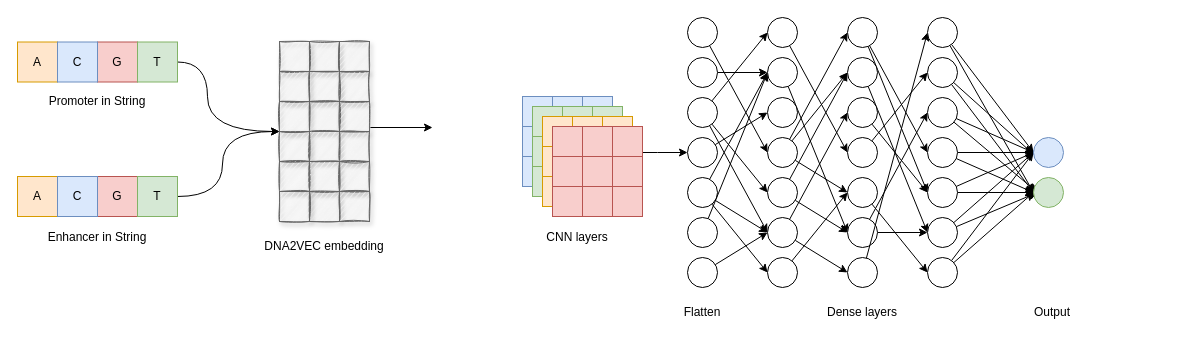
The draw.io diagram embedding_cnn_one_branch.drawio in NaiveTom/draw.io, before the edit. Source tidied: cells renumbered, new cells numbered last; positions are measured from the earlier drawing's top-left corner, leaving out a move shared by most shapes. Both pictures are drawn from the tidied source at 100%, with x=0, y=0 at pixel (17, 17).
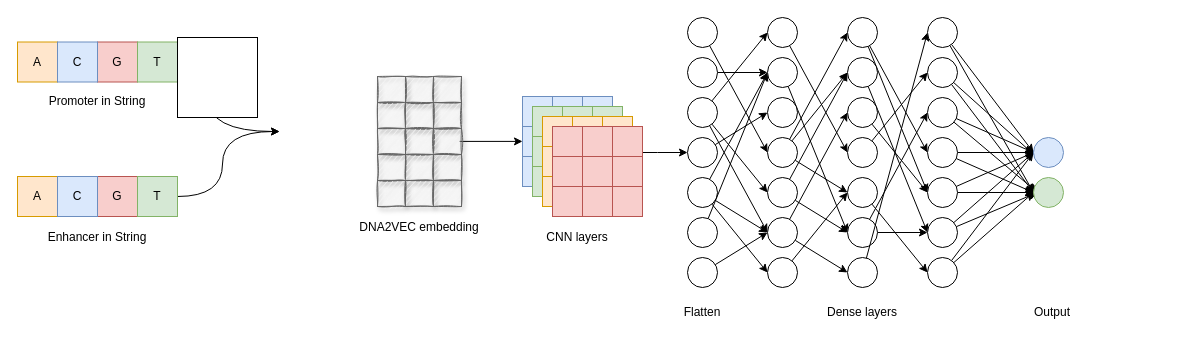
After the change.

The change refers to these unchanged cells:
```xml
<mxCell id="6" style="rounded=0;whiteSpace=wrap;html=1;fillColor=#d5e8d4;strokeColor=#82b366;" parent="1" vertex="1">
  <mxGeometry x="120" y="24.5" width="40" height="40" as="geometry" />
</mxCell>
<mxCell id="116" value="T" style="text;html=1;strokeColor=none;fillColor=none;align=center;verticalAlign=middle;whiteSpace=wrap;rounded=0;" parent="1" vertex="1">
  <mxGeometry x="120" y="169" width="40" height="20" as="geometry" />
</mxCell>
```

Diff of the diagram source:
```diff
@@
-    <mxCell id="2" style="edgeStyle=orthogonalEdgeStyle;curved=1;rounded=0;jettySize=auto;html=1;entryX=0;entryY=0;entryDx=0;entryDy=0;exitX=1;exitY=0.5;exitDx=0;exitDy=0;" parent="1" edge="1" source="6" target="100">
+    <mxCell id="2" style="edgeStyle=orthogonalEdgeStyle;curved=1;rounded=0;jettySize=auto;html=1;entryX=0;entryY=0;entryDx=0;entryDy=0;exitX=1;exitY=0.5;exitDx=0;exitDy=0;" parent="1" edge="1" source="6">
       <mxGeometry relative="1" as="geometry">
+        <mxPoint x="262" y="114" as="targetPoint" />
         <Array as="points">
           <mxPoint x="190" y="45" />
           <mxPoint x="190" y="114" />
         </Array>
       </mxGeometry>
     </mxCell>
@@
-    <mxCell id="7" style="edgeStyle=orthogonalEdgeStyle;curved=1;rounded=0;jettySize=auto;html=1;entryX=0;entryY=0;entryDx=0;entryDy=0;exitX=1;exitY=0.5;exitDx=0;exitDy=0;" parent="1" edge="1" source="116" target="100">
+    <mxCell id="7" style="edgeStyle=orthogonalEdgeStyle;curved=1;rounded=0;jettySize=auto;html=1;entryX=0;entryY=0;entryDx=0;entryDy=0;exitX=1;exitY=0.5;exitDx=0;exitDy=0;" parent="1" edge="1" source="116">
       <mxGeometry relative="1" as="geometry">
+        <mxPoint x="262" y="114" as="targetPoint" />
         <Array as="points">
           <mxPoint x="205" y="179" />
           <mxPoint x="205" y="114" />
         </Array>
       </mxGeometry>
     </mxCell>
@@
-    <mxCell id="89" style="rounded=0;whiteSpace=wrap;html=1;shadow=1;glass=0;sketch=1;fillColor=#f5f5f5;strokeColor=#666666;fontColor=#333333;" parent="1" vertex="1">
-      <mxGeometry x="292" y="24" width="30" height="30" as="geometry" />
-    </mxCell>
     <mxCell id="90" style="rounded=0;whiteSpace=wrap;html=1;shadow=1;glass=0;sketch=1;fillColor=#f5f5f5;strokeColor=#666666;fontColor=#333333;" parent="1" vertex="1">
-      <mxGeometry x="262" y="24" width="30" height="30" as="geometry" />
+      <mxGeometry x="360" y="59" width="28" height="26" as="geometry" />
     </mxCell>
-    <mxCell id="91" style="rounded=0;whiteSpace=wrap;html=1;shadow=1;glass=0;sketch=1;fillColor=#f5f5f5;strokeColor=#666666;fontColor=#333333;" parent="1" vertex="1">
-      <mxGeometry x="322" y="24" width="30" height="30" as="geometry" />
-    </mxCell>
-    <mxCell id="92" style="rounded=0;whiteSpace=wrap;html=1;shadow=1;glass=0;sketch=1;fillColor=#f5f5f5;strokeColor=#666666;fontColor=#333333;" parent="1" vertex="1">
-      <mxGeometry x="292" y="54" width="30" height="30" as="geometry" />
-    </mxCell>
-    <mxCell id="93" style="rounded=0;whiteSpace=wrap;html=1;shadow=1;glass=0;sketch=1;fillColor=#f5f5f5;strokeColor=#666666;fontColor=#333333;" parent="1" vertex="1">
-      <mxGeometry x="262" y="54" width="30" height="30" as="geometry" />
-    </mxCell>
-    <mxCell id="94" style="rounded=0;whiteSpace=wrap;html=1;shadow=1;glass=0;sketch=1;fillColor=#f5f5f5;strokeColor=#666666;fontColor=#333333;" parent="1" vertex="1">
-      <mxGeometry x="322" y="54" width="30" height="30" as="geometry" />
-    </mxCell>
-    <mxCell id="95" style="rounded=0;whiteSpace=wrap;html=1;shadow=1;glass=0;sketch=1;fillColor=#f5f5f5;strokeColor=#666666;fontColor=#333333;" parent="1" vertex="1">
-      <mxGeometry x="292" y="84" width="30" height="30" as="geometry" />
-    </mxCell>
-    <mxCell id="96" style="rounded=0;whiteSpace=wrap;html=1;shadow=1;glass=0;sketch=1;fillColor=#f5f5f5;strokeColor=#666666;fontColor=#333333;" parent="1" vertex="1">
-      <mxGeometry x="262" y="84" width="30" height="30" as="geometry" />
-    </mxCell>
-    <mxCell id="97" style="edgeStyle=orthogonalEdgeStyle;rounded=0;jettySize=auto;html=1;" parent="1" edge="1" source="98">
+    <mxCell id="97" style="edgeStyle=orthogonalEdgeStyle;rounded=0;orthogonalLoop=1;jettySize=auto;html=1;" parent="1" edge="1">
       <mxGeometry relative="1" as="geometry">
-        <mxPoint x="415" y="110" as="targetPoint" />
+        <mxPoint x="442" y="123.9" as="sourcePoint" />
+        <mxPoint x="505" y="123.9" as="targetPoint" />
         <Array as="points">
-          <mxPoint x="415" y="110" />
+          <mxPoint x="505" y="123.9" />
         </Array>
       </mxGeometry>
     </mxCell>
-    <mxCell id="98" style="rounded=0;whiteSpace=wrap;html=1;shadow=1;glass=0;sketch=1;fillColor=#f5f5f5;strokeColor=#666666;fontColor=#333333;" parent="1" vertex="1">
-      <mxGeometry x="322" y="84" width="30" height="30" as="geometry" />
-    </mxCell>
-    <mxCell id="99" style="rounded=0;whiteSpace=wrap;html=1;shadow=1;glass=0;sketch=1;fillColor=#f5f5f5;strokeColor=#666666;fontColor=#333333;" parent="1" vertex="1">
-      <mxGeometry x="292" y="114" width="30" height="30" as="geometry" />
-    </mxCell>
-    <mxCell id="100" style="rounded=0;whiteSpace=wrap;html=1;shadow=1;glass=0;sketch=1;fillColor=#f5f5f5;strokeColor=#666666;fontColor=#333333;" parent="1" vertex="1">
-      <mxGeometry x="262" y="114" width="30" height="30" as="geometry" />
-    </mxCell>
-    <mxCell id="101" style="rounded=0;whiteSpace=wrap;html=1;shadow=1;glass=0;sketch=1;fillColor=#f5f5f5;strokeColor=#666666;fontColor=#333333;" parent="1" vertex="1">
-      <mxGeometry x="322" y="114" width="30" height="30" as="geometry" />
-    </mxCell>
-    <mxCell id="102" style="rounded=0;whiteSpace=wrap;html=1;shadow=1;glass=0;sketch=1;fillColor=#f5f5f5;strokeColor=#666666;fontColor=#333333;" parent="1" vertex="1">
-      <mxGeometry x="292" y="144" width="30" height="30" as="geometry" />
-    </mxCell>
-    <mxCell id="103" style="rounded=0;whiteSpace=wrap;html=1;shadow=1;glass=0;sketch=1;fillColor=#f5f5f5;strokeColor=#666666;fontColor=#333333;" parent="1" vertex="1">
-      <mxGeometry x="262" y="144" width="30" height="30" as="geometry" />
-    </mxCell>
-    <mxCell id="104" style="rounded=0;whiteSpace=wrap;html=1;shadow=1;glass=0;sketch=1;fillColor=#f5f5f5;strokeColor=#666666;fontColor=#333333;" parent="1" vertex="1">
-      <mxGeometry x="322" y="144" width="30" height="30" as="geometry" />
-    </mxCell>
-    <mxCell id="105" style="rounded=0;whiteSpace=wrap;html=1;shadow=1;glass=0;sketch=1;fillColor=#f5f5f5;strokeColor=#666666;fontColor=#333333;" parent="1" vertex="1">
-      <mxGeometry x="292" y="174" width="30" height="30" as="geometry" />
-    </mxCell>
-    <mxCell id="106" style="rounded=0;whiteSpace=wrap;html=1;shadow=1;glass=0;sketch=1;fillColor=#f5f5f5;strokeColor=#666666;fontColor=#333333;" parent="1" vertex="1">
-      <mxGeometry x="262" y="174" width="30" height="30" as="geometry" />
-    </mxCell>
-    <mxCell id="107" style="rounded=0;whiteSpace=wrap;html=1;shadow=1;glass=0;sketch=1;fillColor=#f5f5f5;strokeColor=#666666;fontColor=#333333;" parent="1" vertex="1">
-      <mxGeometry x="322" y="174" width="30" height="30" as="geometry" />
-    </mxCell>
     <mxCell id="108" value="DNA2VEC embedding" style="text;html=1;strokeColor=none;fillColor=none;align=center;verticalAlign=middle;whiteSpace=wrap;rounded=0;" parent="1" vertex="1">
-      <mxGeometry x="227" y="219" width="160" height="20" as="geometry" />
+      <mxGeometry x="322" y="200" width="160" height="20" as="geometry" />
     </mxCell>
@@
+    <mxCell id="157" style="rounded=0;whiteSpace=wrap;html=1;shadow=1;glass=0;sketch=1;fillColor=#f5f5f5;strokeColor=#666666;fontColor=#333333;" parent="1" vertex="1">
+      <mxGeometry x="388" y="59" width="28" height="26" as="geometry" />
+    </mxCell>
+    <mxCell id="158" style="rounded=0;whiteSpace=wrap;html=1;shadow=1;glass=0;sketch=1;fillColor=#f5f5f5;strokeColor=#666666;fontColor=#333333;" parent="1" vertex="1">
+      <mxGeometry x="416" y="59" width="28" height="26" as="geometry" />
+    </mxCell>
+    <mxCell id="159" style="rounded=0;whiteSpace=wrap;html=1;shadow=1;glass=0;sketch=1;fillColor=#f5f5f5;strokeColor=#666666;fontColor=#333333;" parent="1" vertex="1">
+      <mxGeometry x="360" y="85" width="28" height="26" as="geometry" />
+    </mxCell>
+    <mxCell id="160" style="rounded=0;whiteSpace=wrap;html=1;shadow=1;glass=0;sketch=1;fillColor=#f5f5f5;strokeColor=#666666;fontColor=#333333;" parent="1" vertex="1">
+      <mxGeometry x="388" y="85" width="28" height="26" as="geometry" />
+    </mxCell>
+    <mxCell id="161" style="rounded=0;whiteSpace=wrap;html=1;shadow=1;glass=0;sketch=1;fillColor=#f5f5f5;strokeColor=#666666;fontColor=#333333;" parent="1" vertex="1">
+      <mxGeometry x="416" y="85" width="28" height="26" as="geometry" />
+    </mxCell>
+    <mxCell id="162" style="rounded=0;whiteSpace=wrap;html=1;shadow=1;glass=0;sketch=1;fillColor=#f5f5f5;strokeColor=#666666;fontColor=#333333;" parent="1" vertex="1">
+      <mxGeometry x="360" y="111" width="28" height="26" as="geometry" />
+    </mxCell>
+    <mxCell id="163" style="rounded=0;whiteSpace=wrap;html=1;shadow=1;glass=0;sketch=1;fillColor=#f5f5f5;strokeColor=#666666;fontColor=#333333;" parent="1" vertex="1">
+      <mxGeometry x="388" y="111" width="28" height="26" as="geometry" />
+    </mxCell>
+    <mxCell id="164" style="rounded=0;whiteSpace=wrap;html=1;shadow=1;glass=0;sketch=1;fillColor=#f5f5f5;strokeColor=#666666;fontColor=#333333;" parent="1" vertex="1">
+      <mxGeometry x="416" y="111" width="28" height="26" as="geometry" />
+    </mxCell>
+    <mxCell id="165" style="rounded=0;whiteSpace=wrap;html=1;shadow=1;glass=0;sketch=1;fillColor=#f5f5f5;strokeColor=#666666;fontColor=#333333;" parent="1" vertex="1">
+      <mxGeometry x="360" y="137" width="28" height="26" as="geometry" />
+    </mxCell>
+    <mxCell id="166" style="rounded=0;whiteSpace=wrap;html=1;shadow=1;glass=0;sketch=1;fillColor=#f5f5f5;strokeColor=#666666;fontColor=#333333;" parent="1" vertex="1">
+      <mxGeometry x="388" y="137" width="28" height="26" as="geometry" />
+    </mxCell>
+    <mxCell id="167" style="rounded=0;whiteSpace=wrap;html=1;shadow=1;glass=0;sketch=1;fillColor=#f5f5f5;strokeColor=#666666;fontColor=#333333;" parent="1" vertex="1">
+      <mxGeometry x="416" y="137" width="28" height="26" as="geometry" />
+    </mxCell>
+    <mxCell id="168" style="rounded=0;whiteSpace=wrap;html=1;shadow=1;glass=0;sketch=1;fillColor=#f5f5f5;strokeColor=#666666;fontColor=#333333;" parent="1" vertex="1">
+      <mxGeometry x="360" y="163" width="28" height="26" as="geometry" />
+    </mxCell>
+    <mxCell id="169" style="rounded=0;whiteSpace=wrap;html=1;shadow=1;glass=0;sketch=1;fillColor=#f5f5f5;strokeColor=#666666;fontColor=#333333;" parent="1" vertex="1">
+      <mxGeometry x="388" y="163" width="28" height="26" as="geometry" />
+    </mxCell>
+    <mxCell id="170" style="rounded=0;whiteSpace=wrap;html=1;shadow=1;glass=0;sketch=1;fillColor=#f5f5f5;strokeColor=#666666;fontColor=#333333;" parent="1" vertex="1">
+      <mxGeometry x="416" y="163" width="28" height="26" as="geometry" />
+    </mxCell>
+    <mxCell id="171" style="whiteSpace=wrap;html=1;" parent="1" vertex="1">
+      <mxGeometry x="160" y="20" width="80" height="80" as="geometry" />
+    </mxCell>
```
